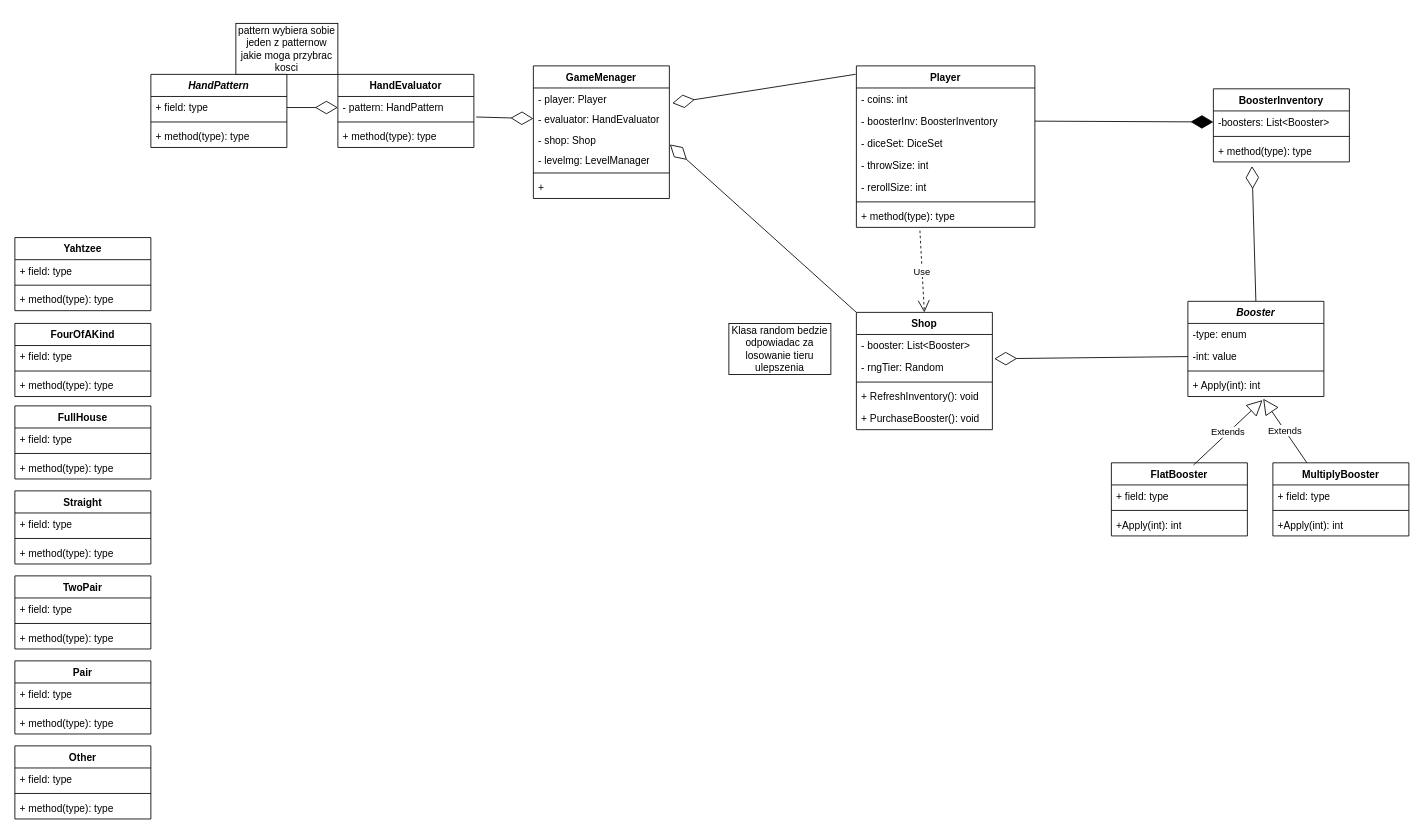
Earlier version of the draw.io diagram DiceGame.drawio (kcprlal/DiceGame). Source tidied: cells renumbered, new cells numbered last; positions are measured from the earlier drawing's top-left corner, leaving out a move shared by most shapes. Both pictures are drawn from the tidied source at 85%, with x=0, y=0 at pixel (14, 23).
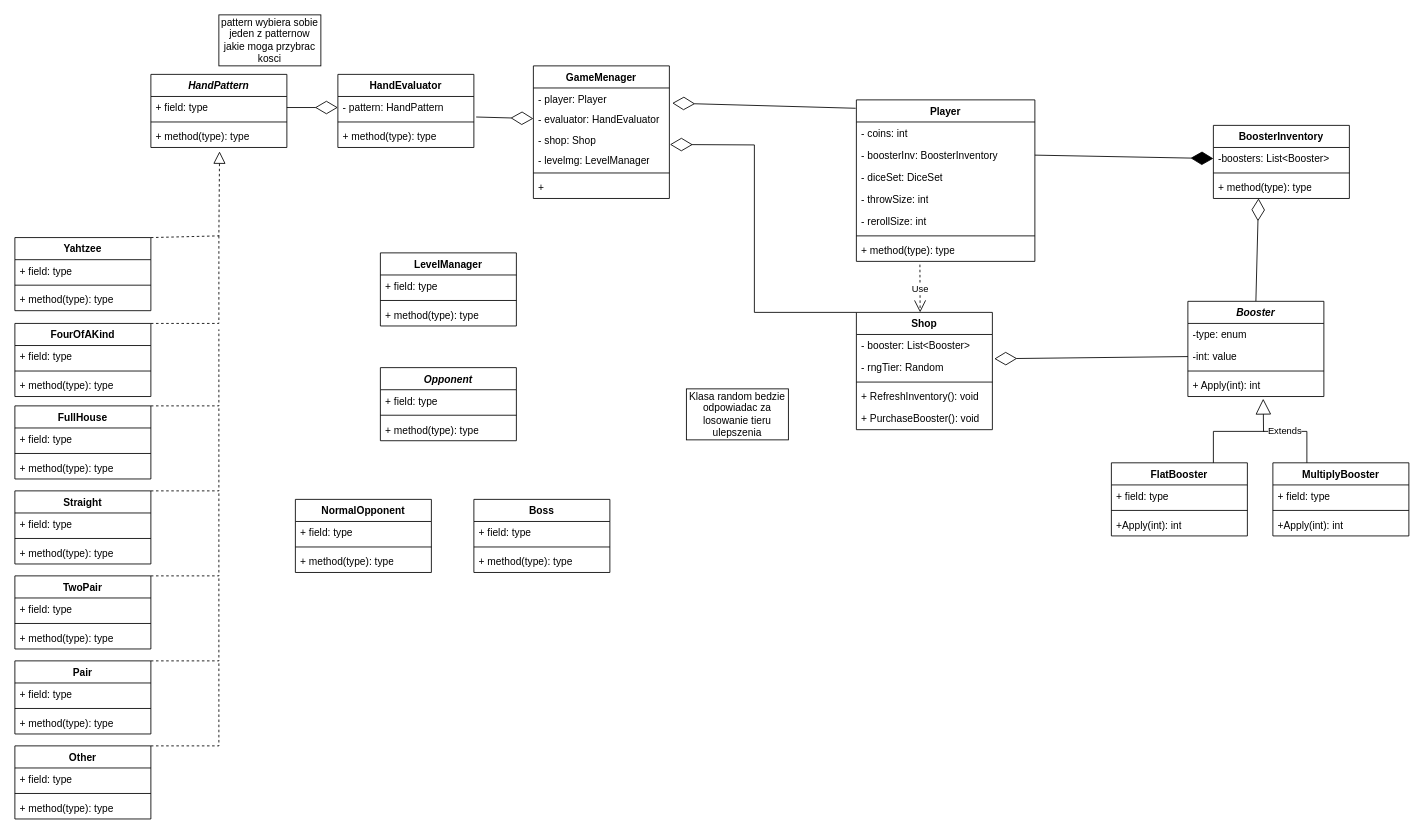
After the change.

Unchanged cells that the change refers to:
```xml
<mxCell id="5" value="- shop: Shop" style="text;strokeColor=none;fillColor=none;align=left;verticalAlign=top;spacingLeft=4;spacingRight=4;overflow=hidden;points=[[0,0.5],[1,0.5]];portConstraint=eastwest;whiteSpace=wrap;html=1;" parent="2" vertex="1">
  <mxGeometry y="74" width="160" height="24" as="geometry" />
</mxCell>
<mxCell id="16" value="+ method(type): type" style="text;strokeColor=none;fillColor=none;align=left;verticalAlign=top;spacingLeft=4;spacingRight=4;overflow=hidden;points=[[0,0.5],[1,0.5]];portConstraint=eastwest;whiteSpace=wrap;html=1;" parent="9" vertex="1">
  <mxGeometry y="164" width="210" height="26" as="geometry" />
</mxCell>
<mxCell id="21" value="+ method(type): type" style="text;strokeColor=none;fillColor=none;align=left;verticalAlign=top;spacingLeft=4;spacingRight=4;overflow=hidden;points=[[0,0.5],[1,0.5]];portConstraint=eastwest;whiteSpace=wrap;html=1;" parent="18" vertex="1">
  <mxGeometry y="60" width="160" height="26" as="geometry" />
</mxCell>
<mxCell id="24" value="&lt;i&gt;Booster&lt;/i&gt;" style="swimlane;fontStyle=1;align=center;verticalAlign=top;horizontal=1;startSize=26;whiteSpace=wrap;html=1;" parent="1" vertex="1">
  <mxGeometry x="1380" y="327" width="160" height="112" as="geometry" />
</mxCell>
<mxCell id="28" value="+ Apply(int): int" style="text;strokeColor=none;fillColor=none;align=left;verticalAlign=top;spacingLeft=4;spacingRight=4;overflow=hidden;points=[[0,0.5],[1,0.5]];portConstraint=eastwest;whiteSpace=wrap;html=1;" parent="24" vertex="1">
  <mxGeometry y="86" width="160" height="26" as="geometry" />
</mxCell>
<mxCell id="29" value="FlatBooster" style="swimlane;fontStyle=1;align=center;verticalAlign=top;horizontal=1;startSize=26;whiteSpace=wrap;html=1;" parent="1" vertex="1">
  <mxGeometry x="1290" y="517" width="160" height="86" as="geometry" />
</mxCell>
<mxCell id="33" value="MultiplyBooster" style="swimlane;fontStyle=1;align=center;verticalAlign=top;horizontal=1;startSize=26;whiteSpace=wrap;html=1;" parent="1" vertex="1">
  <mxGeometry x="1480" y="517" width="160" height="86" as="geometry" />
</mxCell>
<mxCell id="39" value="Shop" style="swimlane;fontStyle=1;align=center;verticalAlign=top;horizontal=1;startSize=26;whiteSpace=wrap;html=1;" parent="1" vertex="1">
  <mxGeometry x="990" y="340" width="160" height="138" as="geometry" />
</mxCell>
<mxCell id="58" value="+ method(type): type" style="text;strokeColor=none;fillColor=none;align=left;verticalAlign=top;spacingLeft=4;spacingRight=4;overflow=hidden;points=[[0,0.5],[1,0.5]];portConstraint=eastwest;whiteSpace=wrap;html=1;" parent="55" vertex="1">
  <mxGeometry y="60" width="160" height="26" as="geometry" />
</mxCell>
<mxCell id="60" value="Yahtzee" style="swimlane;fontStyle=1;align=center;verticalAlign=top;horizontal=1;startSize=26;whiteSpace=wrap;html=1;" parent="1" vertex="1">
  <mxGeometry y="252" width="160" height="86" as="geometry" />
</mxCell>
<mxCell id="64" value="FourOfAKind" style="swimlane;fontStyle=1;align=center;verticalAlign=top;horizontal=1;startSize=26;whiteSpace=wrap;html=1;" parent="1" vertex="1">
  <mxGeometry y="353" width="160" height="86" as="geometry" />
</mxCell>
<mxCell id="68" value="FullHouse" style="swimlane;fontStyle=1;align=center;verticalAlign=top;horizontal=1;startSize=26;whiteSpace=wrap;html=1;" parent="1" vertex="1">
  <mxGeometry y="450" width="160" height="86" as="geometry" />
</mxCell>
<mxCell id="72" value="Straight" style="swimlane;fontStyle=1;align=center;verticalAlign=top;horizontal=1;startSize=26;whiteSpace=wrap;html=1;" parent="1" vertex="1">
  <mxGeometry y="550" width="160" height="86" as="geometry" />
</mxCell>
<mxCell id="76" value="TwoPair" style="swimlane;fontStyle=1;align=center;verticalAlign=top;horizontal=1;startSize=26;whiteSpace=wrap;html=1;" parent="1" vertex="1">
  <mxGeometry y="650" width="160" height="86" as="geometry" />
</mxCell>
<mxCell id="80" value="Pair" style="swimlane;fontStyle=1;align=center;verticalAlign=top;horizontal=1;startSize=26;whiteSpace=wrap;html=1;" parent="1" vertex="1">
  <mxGeometry y="750" width="160" height="86" as="geometry" />
</mxCell>
<mxCell id="84" value="Other" style="swimlane;fontStyle=1;align=center;verticalAlign=top;horizontal=1;startSize=26;whiteSpace=wrap;html=1;" parent="1" vertex="1">
  <mxGeometry y="850" width="160" height="86" as="geometry" />
</mxCell>
```

What changed in the source:
```diff
@@
     <mxCell id="9" value="Player" style="swimlane;fontStyle=1;align=center;verticalAlign=top;horizontal=1;startSize=26;whiteSpace=wrap;html=1;" parent="1" vertex="1">
-      <mxGeometry x="990" y="50" width="210" height="190" as="geometry" />
+      <mxGeometry x="990" y="90" width="210" height="190" as="geometry" />
     </mxCell>
@@
     <mxCell id="18" value="BoosterInventory" style="swimlane;fontStyle=1;align=center;verticalAlign=top;horizontal=1;startSize=26;whiteSpace=wrap;html=1;" parent="1" vertex="1">
-      <mxGeometry x="1410" y="77" width="160" height="86" as="geometry" />
+      <mxGeometry x="1410" y="120" width="160" height="86" as="geometry" />
     </mxCell>
@@
-    <mxCell id="23" style="endArrow=diamondThin;endFill=0;endSize=24;html=1;rounded=0;entryX=0.284;entryY=1.192;entryDx=0;entryDy=0;entryPerimeter=0;exitX=0.5;exitY=0;exitDx=0;exitDy=0;" parent="1" edge="1" source="24" target="21">
+    <mxCell id="23" style="endArrow=diamondThin;endFill=0;endSize=24;html=1;rounded=0;entryX=0.332;entryY=0.996;entryDx=0;entryDy=0;entryPerimeter=0;exitX=0.5;exitY=0;exitDx=0;exitDy=0;" parent="1" edge="1" source="24" target="21">
       <mxGeometry relative="1" as="geometry" />
     </mxCell>
@@
-    <mxCell id="37" value="Extends" style="endArrow=block;endSize=16;endFill=0;html=1;rounded=0;exitX=0.604;exitY=0.03;exitDx=0;exitDy=0;exitPerimeter=0;entryX=0.549;entryY=1.162;entryDx=0;entryDy=0;entryPerimeter=0;" parent="1" edge="1" source="29" target="28">
-      <mxGeometry relative="1" as="geometry" />
-    </mxCell>
     <mxCell id="38" value="Extends" style="endArrow=block;endSize=16;endFill=0;html=1;rounded=0;entryX=0.554;entryY=1.1;entryDx=0;entryDy=0;entryPerimeter=0;exitX=0.25;exitY=0;exitDx=0;exitDy=0;" parent="1" edge="1" source="33" target="28">
-      <mxGeometry relative="1" as="geometry" />
+      <mxGeometry relative="1" as="geometry">
+        <Array as="points">
+          <mxPoint x="1520" y="480" />
+          <mxPoint x="1469" y="480" />
+        </Array>
+      </mxGeometry>
     </mxCell>
@@
     <mxCell id="45" style="endArrow=diamondThin;endFill=0;endSize=24;html=1;rounded=0;exitX=0;exitY=0;exitDx=0;exitDy=0;entryX=1.004;entryY=0.771;entryDx=0;entryDy=0;entryPerimeter=0;" parent="1" edge="1" source="39" target="5">
-      <mxGeometry relative="1" as="geometry" />
+      <mxGeometry relative="1" as="geometry">
+        <Array as="points">
+          <mxPoint x="870" y="340" />
+          <mxPoint x="870" y="143" />
+        </Array>
+      </mxGeometry>
     </mxCell>
-    <mxCell id="46" value="Use" style="endArrow=open;endSize=12;dashed=1;html=1;rounded=0;exitX=0.356;exitY=1.148;exitDx=0;exitDy=0;exitPerimeter=0;entryX=0.5;entryY=0;entryDx=0;entryDy=0;" parent="1" edge="1" source="16" target="39">
-      <mxGeometry relative="1" as="geometry" />
+    <mxCell id="46" value="Use" style="endArrow=open;endSize=12;dashed=1;html=1;rounded=0;exitX=0.356;exitY=1.148;exitDx=0;exitDy=0;exitPerimeter=0;" parent="1" edge="1" source="16">
+      <mxGeometry relative="1" as="geometry">
+        <mxPoint x="1065" y="340" as="targetPoint" />
+      </mxGeometry>
     </mxCell>
@@
     <mxCell id="48" value="Klasa random bedzie odpowiadac za losowanie tieru ulepszenia" style="whiteSpace=wrap;html=1;" parent="1" vertex="1">
-      <mxGeometry x="840" y="353" width="120" height="60" as="geometry" />
+      <mxGeometry x="790" y="430" width="120" height="60" as="geometry" />
     </mxCell>
@@
     <mxCell id="54" value="pattern wybiera sobie jeden z patternow jakie moga przybrac kosci" style="whiteSpace=wrap;html=1;" parent="1" vertex="1">
-      <mxGeometry x="260" width="120" height="60" as="geometry" />
+      <mxGeometry x="240" y="-10" width="120" height="60" as="geometry" />
     </mxCell>
@@
+    <mxCell id="88" style="endArrow=block;dashed=1;endFill=0;endSize=12;html=1;rounded=0;entryX=0.505;entryY=1.177;entryDx=0;entryDy=0;entryPerimeter=0;exitX=1;exitY=0;exitDx=0;exitDy=0;" parent="1" edge="1" source="60" target="58">
+      <mxGeometry relative="1" as="geometry">
+        <Array as="points">
+          <mxPoint x="240" y="250" />
+        </Array>
+      </mxGeometry>
+    </mxCell>
+    <mxCell id="89" style="endArrow=none;dashed=1;html=1;rounded=0;exitX=1;exitY=0;exitDx=0;exitDy=0;" parent="1" edge="1" source="64">
+      <mxGeometry relative="1" as="geometry">
+        <mxPoint x="240" y="250" as="targetPoint" />
+        <Array as="points">
+          <mxPoint x="240" y="353" />
+        </Array>
+      </mxGeometry>
+    </mxCell>
+    <mxCell id="90" style="endArrow=none;dashed=1;html=1;rounded=0;exitX=1;exitY=0;exitDx=0;exitDy=0;" parent="1" edge="1" source="68">
+      <mxGeometry relative="1" as="geometry">
+        <mxPoint x="240" y="360" as="targetPoint" />
+        <Array as="points">
+          <mxPoint x="240" y="450" />
+        </Array>
+      </mxGeometry>
+    </mxCell>
+    <mxCell id="91" style="endArrow=none;dashed=1;html=1;rounded=0;exitX=1;exitY=0;exitDx=0;exitDy=0;" parent="1" edge="1" source="72">
+      <mxGeometry relative="1" as="geometry">
+        <mxPoint x="240" y="450" as="targetPoint" />
+        <Array as="points">
+          <mxPoint x="240" y="550" />
+        </Array>
+      </mxGeometry>
+    </mxCell>
+    <mxCell id="92" style="endArrow=none;dashed=1;html=1;rounded=0;exitX=1;exitY=0;exitDx=0;exitDy=0;" parent="1" edge="1" source="76">
+      <mxGeometry relative="1" as="geometry">
+        <mxPoint x="240" y="550" as="targetPoint" />
+        <Array as="points">
+          <mxPoint x="240" y="650" />
+        </Array>
+      </mxGeometry>
+    </mxCell>
+    <mxCell id="93" style="endArrow=none;dashed=1;html=1;rounded=0;exitX=1;exitY=0;exitDx=0;exitDy=0;" parent="1" edge="1" source="80">
+      <mxGeometry relative="1" as="geometry">
+        <mxPoint x="240" y="650" as="targetPoint" />
+        <Array as="points">
+          <mxPoint x="240" y="750" />
+        </Array>
+      </mxGeometry>
+    </mxCell>
+    <mxCell id="94" style="endArrow=none;dashed=1;html=1;rounded=0;exitX=1;exitY=0;exitDx=0;exitDy=0;" parent="1" edge="1" source="84">
+      <mxGeometry relative="1" as="geometry">
+        <mxPoint x="240" y="750" as="targetPoint" />
+        <Array as="points">
+          <mxPoint x="240" y="850" />
+        </Array>
+      </mxGeometry>
+    </mxCell>
+    <mxCell id="95" value="LevelManager" style="swimlane;fontStyle=1;align=center;verticalAlign=top;horizontal=1;startSize=26;whiteSpace=wrap;html=1;" parent="1" vertex="1">
+      <mxGeometry x="430" y="270" width="160" height="86" as="geometry" />
+    </mxCell>
+    <mxCell id="96" value="+ field: type" style="text;strokeColor=none;fillColor=none;align=left;verticalAlign=top;spacingLeft=4;spacingRight=4;overflow=hidden;whiteSpace=wrap;html=1;" parent="95" vertex="1">
+      <mxGeometry y="26" width="160" height="26" as="geometry" />
+    </mxCell>
+    <mxCell id="97" style="line;strokeWidth=1;fillColor=none;align=left;verticalAlign=middle;spacingTop=-1;spacingLeft=3;spacingRight=3;labelPosition=right;strokeColor=inherit;" parent="95" vertex="1">
+      <mxGeometry y="52" width="160" height="8" as="geometry" />
+    </mxCell>
+    <mxCell id="98" value="+ method(type): type" style="text;strokeColor=none;fillColor=none;align=left;verticalAlign=top;spacingLeft=4;spacingRight=4;overflow=hidden;whiteSpace=wrap;html=1;" parent="95" vertex="1">
+      <mxGeometry y="60" width="160" height="26" as="geometry" />
+    </mxCell>
+    <mxCell id="99" value="&lt;i&gt;Opponent&lt;/i&gt;" style="swimlane;fontStyle=1;align=center;verticalAlign=top;horizontal=1;startSize=26;whiteSpace=wrap;html=1;" parent="1" vertex="1">
+      <mxGeometry x="430" y="405" width="160" height="86" as="geometry" />
+    </mxCell>
+    <mxCell id="100" value="+ field: type" style="text;strokeColor=none;fillColor=none;align=left;verticalAlign=top;spacingLeft=4;spacingRight=4;overflow=hidden;whiteSpace=wrap;html=1;" parent="99" vertex="1">
+      <mxGeometry y="26" width="160" height="26" as="geometry" />
+    </mxCell>
+    <mxCell id="101" style="line;strokeWidth=1;fillColor=none;align=left;verticalAlign=middle;spacingTop=-1;spacingLeft=3;spacingRight=3;labelPosition=right;strokeColor=inherit;" parent="99" vertex="1">
+      <mxGeometry y="52" width="160" height="8" as="geometry" />
+    </mxCell>
+    <mxCell id="102" value="+ method(type): type" style="text;strokeColor=none;fillColor=none;align=left;verticalAlign=top;spacingLeft=4;spacingRight=4;overflow=hidden;whiteSpace=wrap;html=1;" parent="99" vertex="1">
+      <mxGeometry y="60" width="160" height="26" as="geometry" />
+    </mxCell>
+    <mxCell id="103" style="endArrow=none;html=1;rounded=0;exitX=0.75;exitY=0;exitDx=0;exitDy=0;" parent="1" edge="1" source="29">
+      <mxGeometry relative="1" as="geometry">
+        <mxPoint x="1470" y="480" as="targetPoint" />
+        <Array as="points">
+          <mxPoint x="1410" y="480" />
+        </Array>
+      </mxGeometry>
+    </mxCell>
+    <mxCell id="104" value="NormalOpponent" style="swimlane;fontStyle=1;align=center;verticalAlign=top;horizontal=1;startSize=26;whiteSpace=wrap;html=1;" parent="1" vertex="1">
+      <mxGeometry x="330" y="560" width="160" height="86" as="geometry" />
+    </mxCell>
+    <mxCell id="105" value="+ field: type" style="text;strokeColor=none;fillColor=none;align=left;verticalAlign=top;spacingLeft=4;spacingRight=4;overflow=hidden;whiteSpace=wrap;html=1;" parent="104" vertex="1">
+      <mxGeometry y="26" width="160" height="26" as="geometry" />
+    </mxCell>
+    <mxCell id="106" style="line;strokeWidth=1;fillColor=none;align=left;verticalAlign=middle;spacingTop=-1;spacingLeft=3;spacingRight=3;labelPosition=right;strokeColor=inherit;" parent="104" vertex="1">
+      <mxGeometry y="52" width="160" height="8" as="geometry" />
+    </mxCell>
+    <mxCell id="107" value="+ method(type): type" style="text;strokeColor=none;fillColor=none;align=left;verticalAlign=top;spacingLeft=4;spacingRight=4;overflow=hidden;whiteSpace=wrap;html=1;" parent="104" vertex="1">
+      <mxGeometry y="60" width="160" height="26" as="geometry" />
+    </mxCell>
+    <mxCell id="108" value="Boss" style="swimlane;fontStyle=1;align=center;verticalAlign=top;horizontal=1;startSize=26;whiteSpace=wrap;html=1;" parent="1" vertex="1">
+      <mxGeometry x="540" y="560" width="160" height="86" as="geometry" />
+    </mxCell>
+    <mxCell id="109" value="+ field: type" style="text;strokeColor=none;fillColor=none;align=left;verticalAlign=top;spacingLeft=4;spacingRight=4;overflow=hidden;whiteSpace=wrap;html=1;" parent="108" vertex="1">
+      <mxGeometry y="26" width="160" height="26" as="geometry" />
+    </mxCell>
+    <mxCell id="110" style="line;strokeWidth=1;fillColor=none;align=left;verticalAlign=middle;spacingTop=-1;spacingLeft=3;spacingRight=3;labelPosition=right;strokeColor=inherit;" parent="108" vertex="1">
+      <mxGeometry y="52" width="160" height="8" as="geometry" />
+    </mxCell>
+    <mxCell id="111" value="+ method(type): type" style="text;strokeColor=none;fillColor=none;align=left;verticalAlign=top;spacingLeft=4;spacingRight=4;overflow=hidden;whiteSpace=wrap;html=1;" parent="108" vertex="1">
+      <mxGeometry y="60" width="160" height="26" as="geometry" />
+    </mxCell>
```
